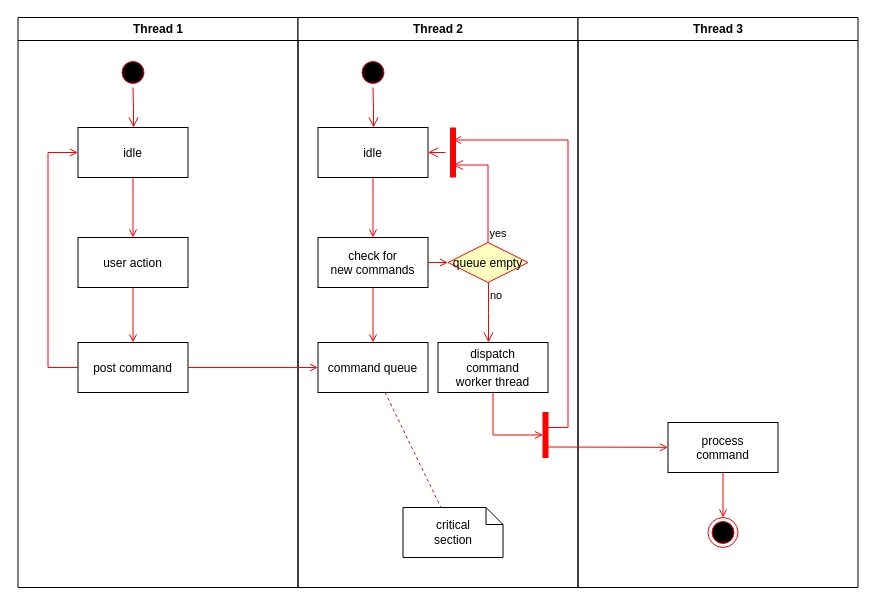
This is Diagram bez tytułu.drawio from fifol21/E-wallet, a draw.io file, before an edit. Source tidied: cells renumbered, new cells numbered last; positions are measured from the earlier drawing's top-left corner, leaving out a move shared by most shapes. Both pictures are drawn from the tidied source at 100%, with x=0, y=0 at pixel (17, 17).
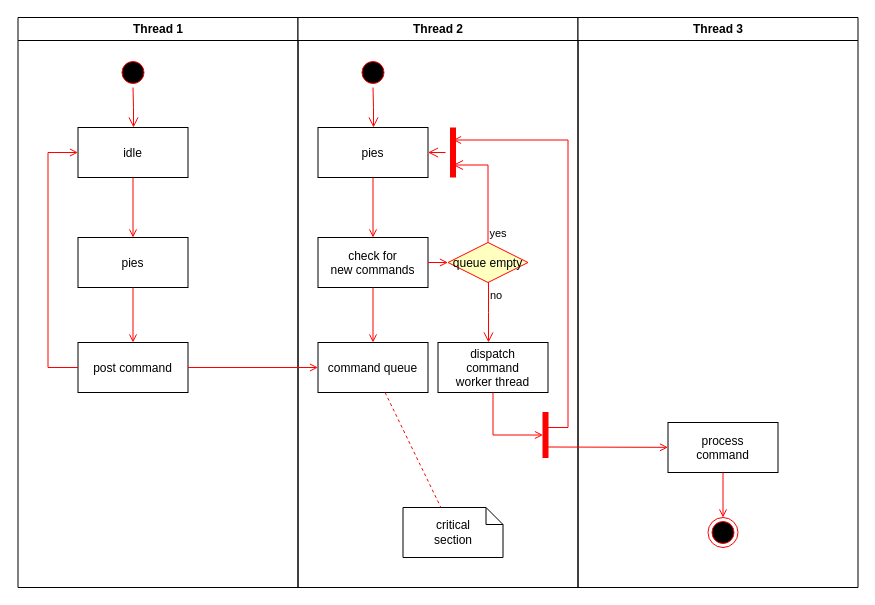
The same diagram, later.

The change refers to these unchanged cells:
```xml
<mxCell id="2" value="Thread 1" style="swimlane;whiteSpace=wrap;" parent="1" vertex="1">
  <mxGeometry x="0.5" width="280" height="570" as="geometry" />
</mxCell>
<mxCell id="11" value="Thread 2" style="swimlane;whiteSpace=wrap;" parent="1" vertex="1">
  <mxGeometry x="280.5" width="280" height="570" as="geometry" />
</mxCell>
```

Change to the diagram source:
```diff
@@
-    <mxCell id="6" value="user action" parent="2" vertex="1">
+    <mxCell id="6" value="pies" parent="2" vertex="1">
       <mxGeometry x="60" y="220" width="110" height="50" as="geometry" />
     </mxCell>
@@
-    <mxCell id="14" value="idle" parent="11" vertex="1">
+    <mxCell id="14" value="pies" parent="11" vertex="1">
       <mxGeometry x="20" y="110" width="110" height="50" as="geometry" />
     </mxCell>
```
